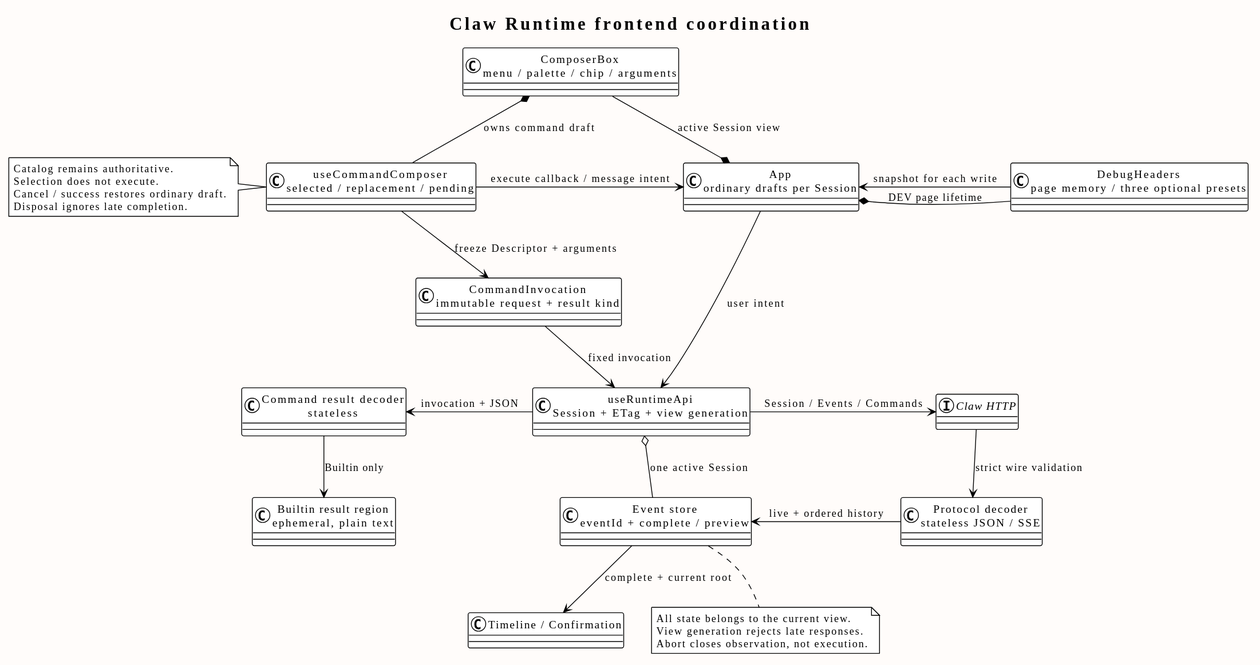
Earlier version of the PlantUML export docs/designs/frontend-events/frontend_event_coordination.svg (2862282695gjh-afk/pi-mono-java).
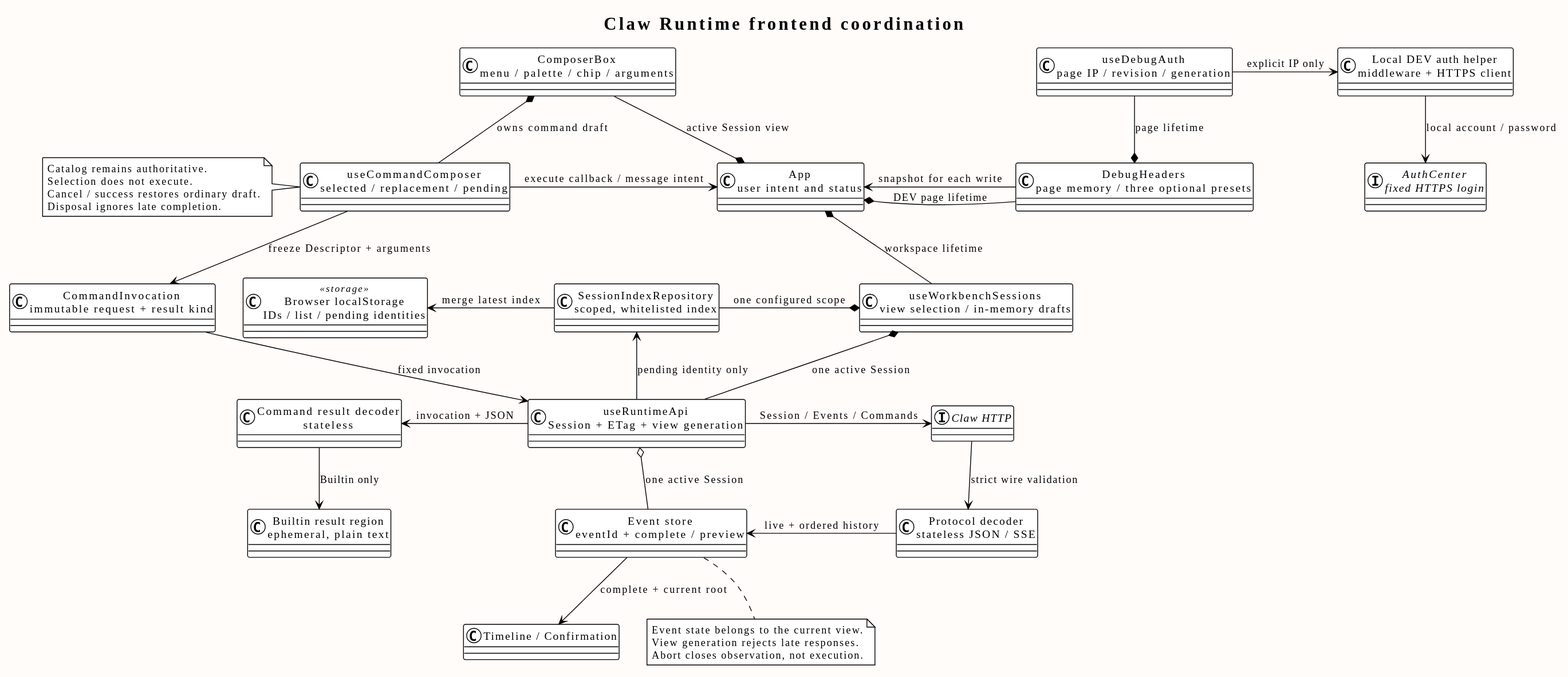
After the change.

What changed in the source:
```diff
@@ -4,10 +4,16 @@
 top to bottom direction
 skinparam shadowing false
 skinparam backgroundColor #FFFCFA
-class "App\nordinary drafts per Session" as App
+class "App\nuser intent and status" as App
 class "ComposerBox\nmenu / palette / chip / arguments" as Composer
 class "useCommandComposer\nselected / replacement / pending" as Draft
 class "DebugHeaders\npage memory / three optional presets" as Headers
+class "useDebugAuth\npage IP / revision / generation" as Auth
+class "Local DEV auth helper\nmiddleware + HTTPS client" as LocalAuth
+interface "AuthCenter\nfixed HTTPS login" as AuthCenter
+class "useWorkbenchSessions\nview selection / in-memory drafts" as Workbench
+class "SessionIndexRepository\nscoped, whitelisted index" as Index
+class "Browser localStorage\nIDs / list / pending identities" as Storage <<storage>>
 class "CommandInvocation\nimmutable request + result kind" as Invocation
 class "useRuntimeApi\nSession + ETag + view generation" as Coordinator
 class "Event store\neventId + complete / preview" as Store
@@ -20,9 +26,16 @@
 Composer *-down- Draft : owns command draft
 App *-right- Headers : DEV page lifetime
 Headers -down-> App : snapshot for each write
+Headers *-up- Auth : page lifetime
+Auth -right-> LocalAuth : explicit IP only
+LocalAuth -down-> AuthCenter : local account / password
+App *-down- Workbench : workspace lifetime
+Workbench *-left- Index : one configured scope
+Index -left-> Storage : merge latest index
 Draft -down-> Invocation : freeze Descriptor + arguments
 Draft -right-> App : execute callback / message intent
-App -down-> Coordinator : user intent
+Workbench *-down- Coordinator : one active Session
+Coordinator -left-> Index : pending identity only
 Invocation -down-> Coordinator : fixed invocation
 Coordinator -right-> HTTP : Session / Events / Commands
 HTTP -down-> Decoder : strict wire validation
@@ -32,7 +45,7 @@
 Coordinator -left-> Commands : invocation + JSON
 Commands -down-> Result : Builtin only
 note bottom of Store
-  All state belongs to the current view.
+  Event state belongs to the current view.
   View generation rejects late responses.
   Abort closes observation, not execution.
 end note
```
